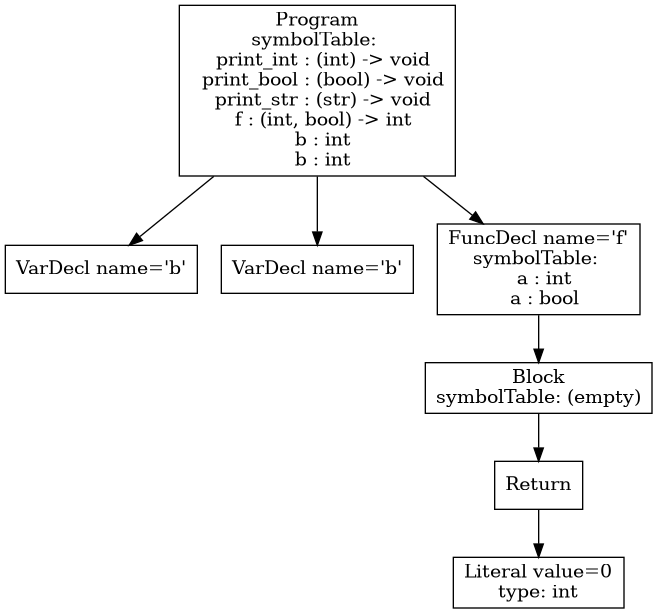
Earlier version of the Graphviz export p3-analysis/tree.png (purejerome/cs432_project). Its source is kept beside it as p3-analysis/tree.dot.
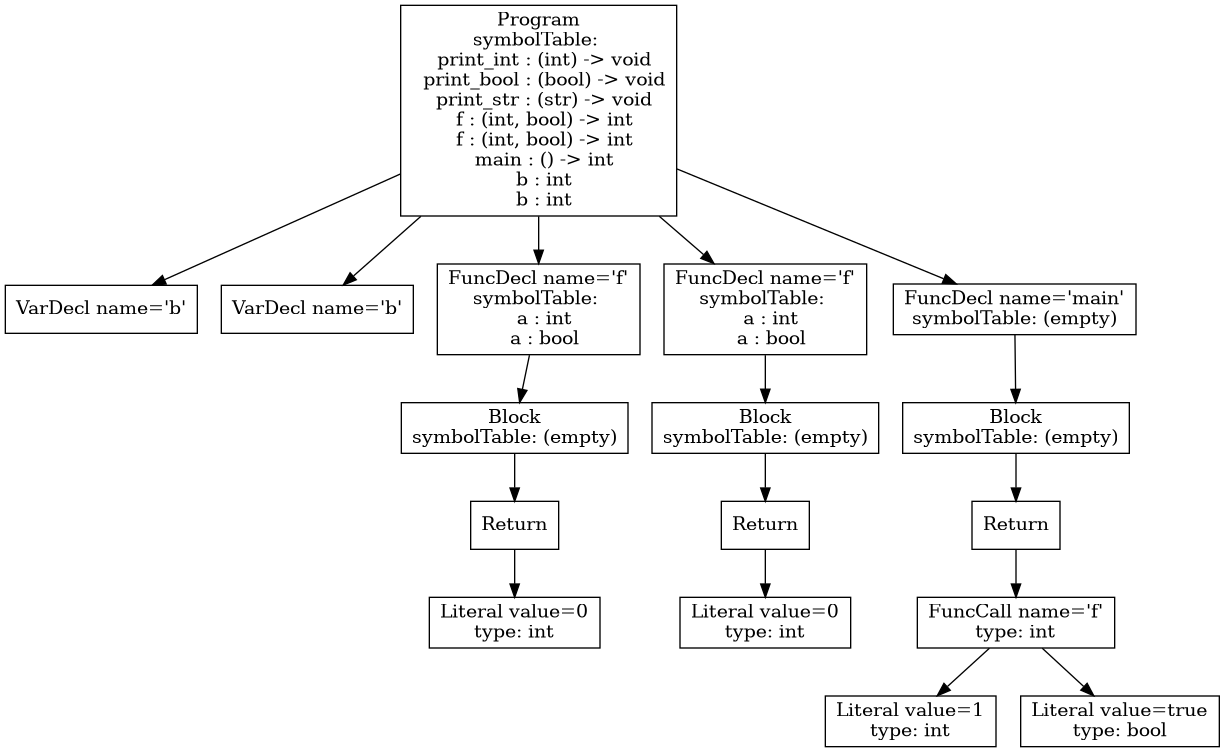
Above is the later version.

Commit message:
removed print statement

Change to the diagram source:
```diff
@@ -8,8 +8,28 @@
 4 -> 5;
 3 [shape=box, label="FuncDecl name='f'\nsymbolTable: \n  a : int\n  a : bool"];
 3 -> 4;
-0 [shape=box, label="Program\nsymbolTable: \n  print_int : (int) -> void\n  print_bool : (bool) -> void\n  print_str : (str) -> void\n  f : (int, bool) -> int\n  b : int\n  b : int"];
+10 [shape=box, label="Literal value=0\ntype: int"];
+9 [shape=box, label="Return"];
+9 -> 10;
+8 [shape=box, label="Block\nsymbolTable: (empty)"];
+8 -> 9;
+7 [shape=box, label="FuncDecl name='f'\nsymbolTable: \n  a : int\n  a : bool"];
+7 -> 8;
+15 [shape=box, label="Literal value=1\ntype: int"];
+16 [shape=box, label="Literal value=true\ntype: bool"];
+14 [shape=box, label="FuncCall name='f'\ntype: int"];
+14 -> 15;
+14 -> 16;
+13 [shape=box, label="Return"];
+13 -> 14;
+12 [shape=box, label="Block\nsymbolTable: (empty)"];
+12 -> 13;
+11 [shape=box, label="FuncDecl name='main'\nsymbolTable: (empty)"];
+11 -> 12;
+0 [shape=box, label="Program\nsymbolTable: \n  print_int : (int) -> void\n  print_bool : (bool) -> void\n  print_str : (str) -> void\n  f : (int, bool) -> int\n  f : (int, bool) -> int\n  main : () -> int\n  b : int\n  b : int"];
 0 -> 1;
 0 -> 2;
 0 -> 3;
+0 -> 7;
+0 -> 11;
 }
```
